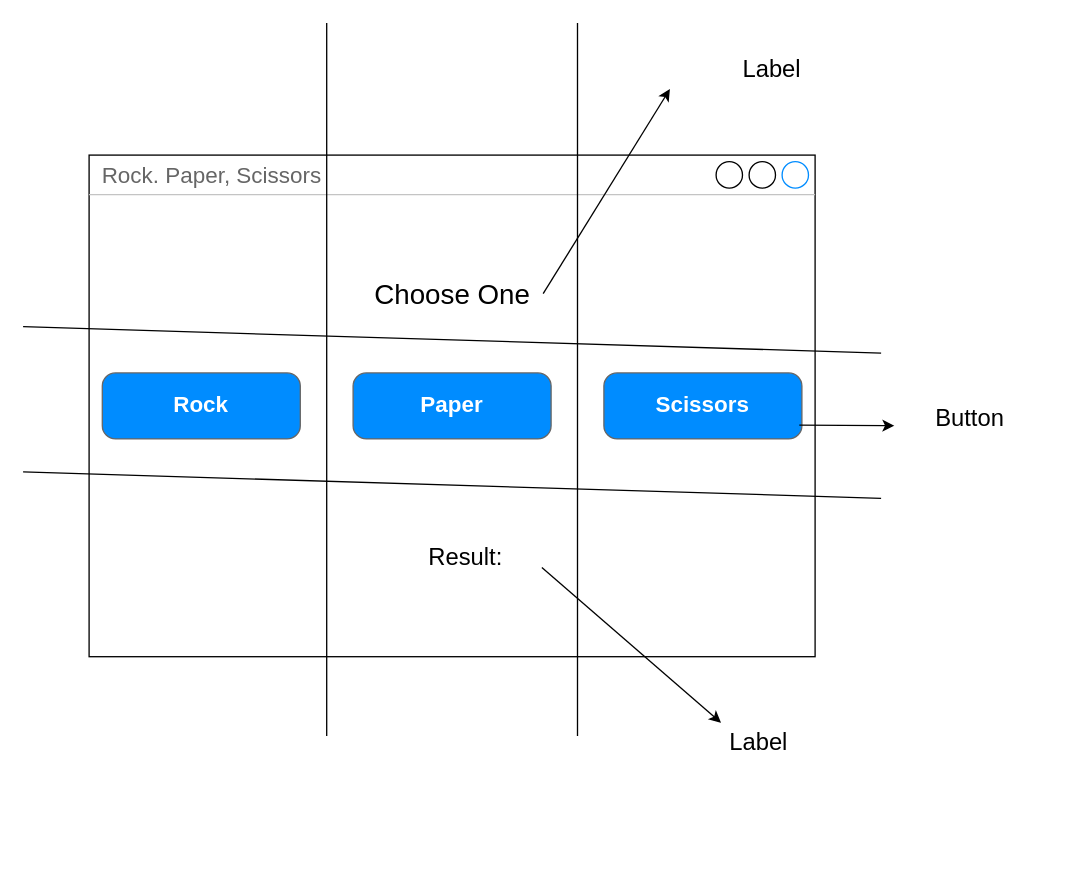
This is rock_paper_scissors.drawio from MAL-12DGT-2025/tkinter-projects-oa22010, a draw.io file, before an edit. Source tidied: cells renumbered, new cells numbered last; positions are measured from the earlier drawing's top-left corner, leaving out a move shared by most shapes. Both pictures are drawn from the tidied source at 132%, with x=0, y=0 at pixel (22, 22).
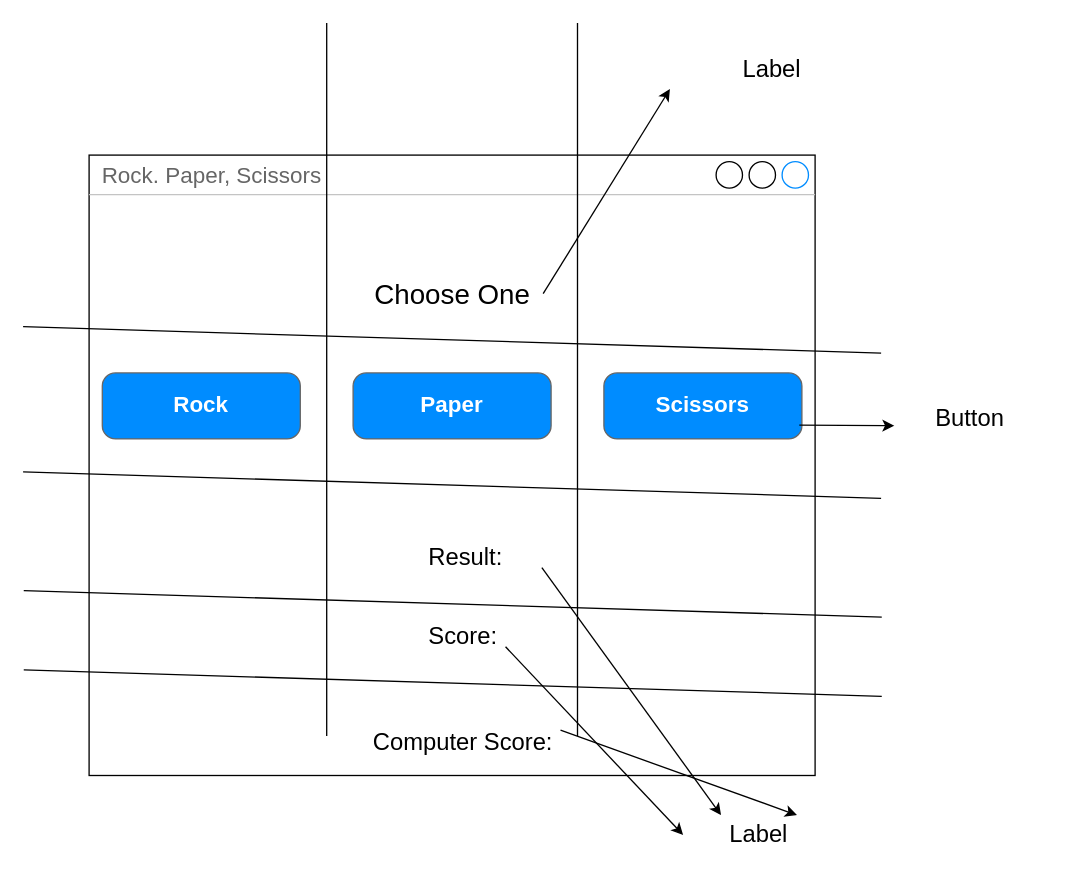
Above is the later version.

Commit message (it also covers changes not shown here):
Added functions for every button and label except for choice to finish and refine game

The edit, as a diff of the source:
```diff
@@
     <mxCell id="2" value="Rock. Paper, Scissors" style="strokeWidth=1;shadow=0;dashed=0;align=center;html=1;shape=mxgraph.mockup.containers.window;align=left;verticalAlign=top;spacingLeft=8;strokeColor2=#008cff;strokeColor3=#c4c4c4;fontColor=#666666;mainText=;fontSize=17;labelBackgroundColor=none;whiteSpace=wrap;" parent="1" vertex="1">
-      <mxGeometry x="50" y="100" width="550" height="380" as="geometry" />
+      <mxGeometry x="50" y="100" width="550" height="470" as="geometry" />
     </mxCell>
@@
     <mxCell id="14" value="Label" style="text;html=1;align=center;verticalAlign=middle;whiteSpace=wrap;rounded=0;fontSize=18;" parent="1" vertex="1">
-      <mxGeometry x="500" y="530" width="115" height="30" as="geometry" />
+      <mxGeometry x="500" y="600" width="115" height="30" as="geometry" />
     </mxCell>
@@
+    <mxCell id="18" value="Score:&amp;nbsp;" style="text;html=1;align=center;verticalAlign=middle;whiteSpace=wrap;rounded=0;fontSize=18;" parent="1" vertex="1">
+      <mxGeometry x="305.5" y="450" width="60" height="30" as="geometry" />
+    </mxCell>
+    <mxCell id="19" style="endArrow=classic;html=1;exitX=1;exitY=0.75;exitDx=0;exitDy=0;entryX=0;entryY=0.5;entryDx=0;entryDy=0;" parent="1" edge="1" source="18" target="14">
+      <mxGeometry relative="1" as="geometry" />
+    </mxCell>
+    <mxCell id="20" value="Computer Score:&amp;nbsp;" style="text;html=1;align=center;verticalAlign=middle;whiteSpace=wrap;rounded=0;fontSize=18;" parent="1" vertex="1">
+      <mxGeometry x="245.5" y="530" width="180" height="30" as="geometry" />
+    </mxCell>
+    <mxCell id="21" style="edgeStyle=none;html=1;entryX=0.75;entryY=0;entryDx=0;entryDy=0;exitX=0.898;exitY=0.19;exitDx=0;exitDy=0;exitPerimeter=0;" parent="1" edge="1" source="20" target="14">
+      <mxGeometry relative="1" as="geometry" />
+    </mxCell>
+    <mxCell id="22" style="endArrow=none;html=1;" parent="1" edge="1">
+      <mxGeometry relative="1" as="geometry">
+        <mxPoint x="650.5" y="510" as="sourcePoint" />
+        <mxPoint x="0.5" y="490" as="targetPoint" />
+      </mxGeometry>
+    </mxCell>
+    <mxCell id="23" style="endArrow=none;html=1;" parent="1" edge="1">
+      <mxGeometry relative="1" as="geometry">
+        <mxPoint x="650.5" y="450" as="sourcePoint" />
+        <mxPoint x="0.5" y="430" as="targetPoint" />
+      </mxGeometry>
+    </mxCell>
```
